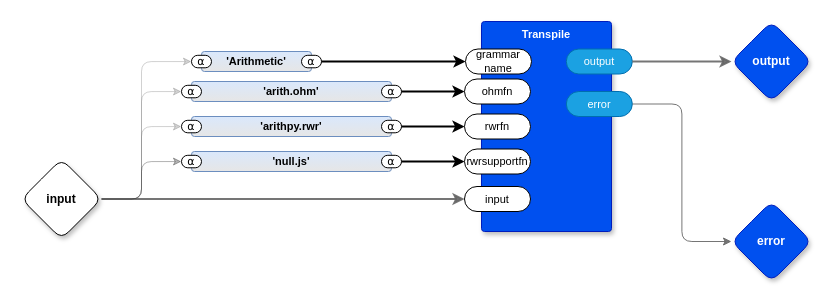
Earlier version of the draw.io diagram page "To Python" (4 of 5) of arith0d.drawio (guitarvydas/arith0d). Source tidied: cells renumbered, new cells numbered last; positions are measured from the earlier drawing's top-left corner, leaving out a move shared by most shapes. Both pictures are drawn from the tidied source at 100%, with x=0, y=0 at pixel (21, 21).
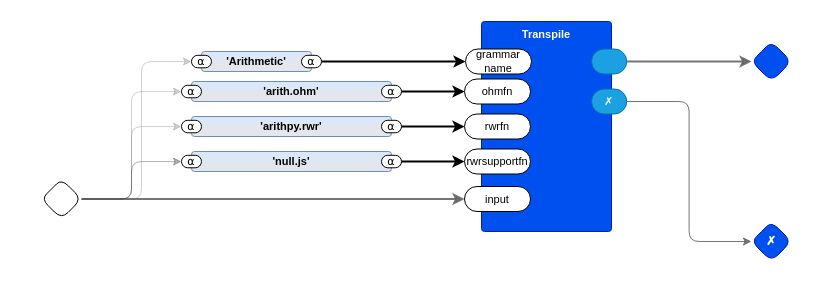
The same diagram, later.

Change to the diagram source:
```diff
@@
-    <mxCell id="7" value="input" style="rhombus;whiteSpace=wrap;html=1;rounded=1;fontStyle=1;glass=0;sketch=0;fontSize=12;points=[[0,0.5,0,0,0],[0.5,0,0,0,0],[0.5,1,0,0,0],[1,0.5,0,0,0]];shadow=1;fontFamily=Helvetica;fontColor=default;" parent="1" vertex="1">
-      <mxGeometry y="137.5" width="80" height="80" as="geometry" />
+    <mxCell id="7" style="rhombus;whiteSpace=wrap;html=1;rounded=1;fontStyle=1;glass=0;sketch=0;fontSize=12;points=[[0,0.5,0,0,0],[0.5,0,0,0,0],[0.5,1,0,0,0],[1,0.5,0,0,0]];shadow=0;fontFamily=Helvetica;fontColor=default;" parent="1" vertex="1">
+      <mxGeometry x="20" y="157.5" width="40" height="40" as="geometry" />
     </mxCell>
-    <mxCell id="8" value="output" style="rhombus;whiteSpace=wrap;html=1;rounded=1;fillColor=#0050ef;fontColor=#ffffff;strokeColor=#001DBC;fontStyle=1;glass=0;sketch=0;fontSize=12;points=[[0,0.5,0,0,0],[0.5,0,0,0,0],[0.5,1,0,0,0],[1,0.5,0,0,0]];shadow=1;fontFamily=Helvetica;" parent="1" vertex="1">
-      <mxGeometry x="710" width="80" height="80" as="geometry" />
+    <mxCell id="8" style="rhombus;whiteSpace=wrap;html=1;rounded=1;fillColor=#0050ef;fontColor=#ffffff;strokeColor=#001DBC;fontStyle=1;glass=0;sketch=0;fontSize=12;points=[[0,0.5,0,0,0],[0.5,0,0,0,0],[0.5,1,0,0,0],[1,0.5,0,0,0]];shadow=0;fontFamily=Helvetica;" parent="1" vertex="1">
+      <mxGeometry x="730" y="20" width="40" height="40" as="geometry" />
     </mxCell>
-    <mxCell id="9" value="Transpile" style="rounded=1;whiteSpace=wrap;html=1;sketch=0;verticalAlign=top;arcSize=6;fontStyle=1;absoluteArcSize=1;shadow=1;strokeColor=#001DBC;fillColor=#0050ef;fontColor=#ffffff;fontFamily=Helvetica;fontSize=11;" parent="1" vertex="1">
+    <mxCell id="9" value="Transpile" style="rounded=1;whiteSpace=wrap;html=1;sketch=0;verticalAlign=top;arcSize=6;fontStyle=1;absoluteArcSize=1;shadow=0;strokeColor=#001DBC;fillColor=#0050ef;fontColor=#ffffff;fontFamily=Helvetica;fontSize=11;" parent="1" vertex="1">
       <mxGeometry x="460" width="130" height="210" as="geometry" />
     </mxCell>
@@
-    <mxCell id="11" value="output" style="rounded=1;whiteSpace=wrap;html=1;sketch=0;points=[[0,0.5,0,0,0],[1,0.5,0,0,0]];fillColor=#1ba1e2;fontColor=#ffffff;strokeColor=#006EAF;arcSize=50;fontFamily=Helvetica;fontSize=11;" parent="9" vertex="1">
-      <mxGeometry x="84.8" y="27.5" width="66" height="25" as="geometry" />
+    <mxCell id="11" style="rounded=1;whiteSpace=wrap;html=1;sketch=0;points=[[0,0.5,0,0,0],[1,0.5,0,0,0]];fillColor=#1ba1e2;fontColor=#ffffff;strokeColor=#006EAF;arcSize=50;fontFamily=Helvetica;fontSize=11;" parent="9" vertex="1">
+      <mxGeometry x="110" y="27.5" width="35.2" height="25" as="geometry" />
     </mxCell>
-    <mxCell id="12" value="error" style="rounded=1;whiteSpace=wrap;html=1;sketch=0;points=[[0,0.5,0,0,0],[1,0.5,0,0,0]];fillColor=#1ba1e2;fontColor=#ffffff;strokeColor=#006EAF;arcSize=50;fontFamily=Helvetica;fontSize=11;" parent="9" vertex="1">
-      <mxGeometry x="84.8" y="70" width="66" height="25" as="geometry" />
+    <mxCell id="12" value="✗" style="rounded=1;whiteSpace=wrap;html=1;sketch=0;points=[[0,0.5,0,0,0],[1,0.5,0,0,0]];fillColor=#1ba1e2;fontColor=#ffffff;strokeColor=#006EAF;arcSize=50;fontFamily=Helvetica;fontSize=11;" parent="9" vertex="1">
+      <mxGeometry x="110" y="67.5" width="35.2" height="25" as="geometry" />
     </mxCell>
@@
-    <mxCell id="18" value="error" style="rhombus;whiteSpace=wrap;html=1;rounded=1;fillColor=#0050ef;fontColor=#ffffff;strokeColor=#001DBC;fontStyle=1;glass=0;sketch=0;fontSize=12;points=[[0,0.5,0,0,0],[0.5,0,0,0,0],[0.5,1,0,0,0],[1,0.5,0,0,0]];shadow=1;fontFamily=Helvetica;" parent="1" vertex="1">
-      <mxGeometry x="710" y="180" width="80" height="80" as="geometry" />
+    <mxCell id="18" value="✗" style="rhombus;whiteSpace=wrap;html=1;rounded=1;fillColor=#0050ef;fontColor=#ffffff;strokeColor=#001DBC;fontStyle=1;glass=0;sketch=0;fontSize=12;points=[[0,0.5,0,0,0],[0.5,0,0,0,0],[0.5,1,0,0,0],[1,0.5,0,0,0]];shadow=0;fontFamily=Helvetica;" parent="1" vertex="1">
+      <mxGeometry x="730" y="200" width="40" height="40" as="geometry" />
     </mxCell>
```
